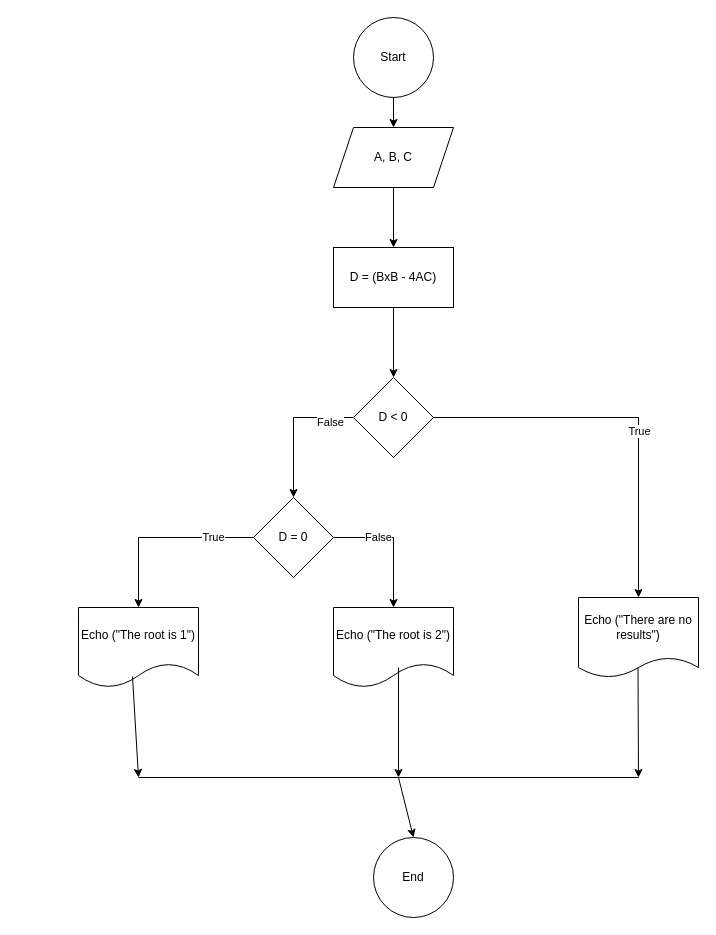
Before: 5 Quadratic equation.drawio in uthmanigbin/university-work, a draw.io diagram. Source tidied: cells renumbered, new cells numbered last; positions are measured from the earlier drawing's top-left corner, leaving out a move shared by most shapes. Both pictures are drawn from the tidied source at 100%, with x=0, y=0 at pixel (78, 17).
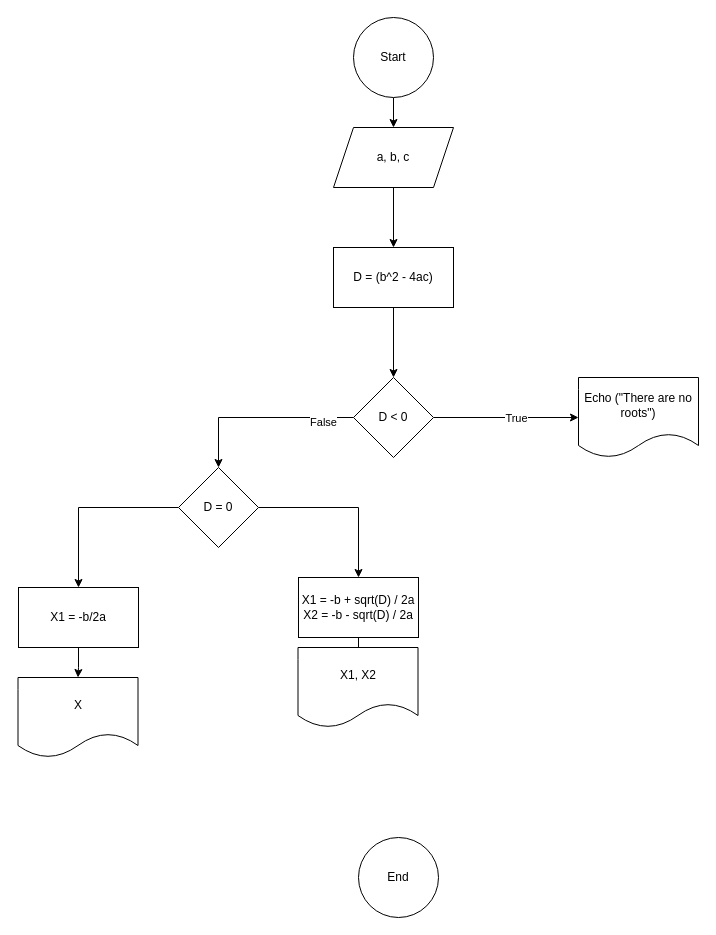
Above is the later version.

The change refers to these unchanged cells:
```xml
<mxCell id="11" value="D &amp;lt; 0" style="rhombus;whiteSpace=wrap;html=1;" parent="1" vertex="1">
  <mxGeometry x="275" y="360" width="80" height="80" as="geometry" />
</mxCell>
```

Change to the diagram source:
```diff
@@
-    <mxCell id="4" value="A, B, C" style="shape=parallelogram;perimeter=parallelogramPerimeter;whiteSpace=wrap;html=1;fixedSize=1;" parent="1" vertex="1">
+    <mxCell id="4" value="a, b, c" style="shape=parallelogram;perimeter=parallelogramPerimeter;whiteSpace=wrap;html=1;fixedSize=1;" parent="1" vertex="1">
       <mxGeometry x="255" y="110" width="120" height="60" as="geometry" />
     </mxCell>
@@
-    <mxCell id="6" value="D = (BxB - 4AC)" style="rounded=0;whiteSpace=wrap;html=1;" parent="1" vertex="1">
+    <mxCell id="6" value="D = (b^2 - 4ac)" style="rounded=0;whiteSpace=wrap;html=1;" parent="1" vertex="1">
       <mxGeometry x="255" y="230" width="120" height="60" as="geometry" />
     </mxCell>
-    <mxCell id="7" style="edgeStyle=orthogonalEdgeStyle;rounded=0;jettySize=auto;html=1;entryX=0.5;entryY=0;entryDx=0;entryDy=0;" parent="1" edge="1" source="11" target="13">
+    <mxCell id="7" style="edgeStyle=orthogonalEdgeStyle;rounded=0;jettySize=auto;html=1;" parent="1" edge="1" source="11" target="27">
       <mxGeometry relative="1" as="geometry">
         <Array as="points">
           <mxPoint x="560" y="400" />
         </Array>
       </mxGeometry>
     </mxCell>
@@
-    <mxCell id="13" value="Echo (&quot;There are no results&quot;)" style="shape=document;whiteSpace=wrap;html=1;boundedLbl=1;size=0.25;" parent="1" vertex="1">
-      <mxGeometry x="500" y="580" width="120" height="80" as="geometry" />
-    </mxCell>
-    <mxCell id="14" value="Echo (&quot;The root is 1&quot;)" style="shape=document;whiteSpace=wrap;html=1;boundedLbl=1;" parent="1" vertex="1">
-      <mxGeometry y="590" width="120" height="80" as="geometry" />
-    </mxCell>
-    <mxCell id="15" style="edgeStyle=orthogonalEdgeStyle;rounded=0;jettySize=auto;html=1;exitX=0;exitY=0.5;exitDx=0;exitDy=0;entryX=0.5;entryY=0;entryDx=0;entryDy=0;" parent="1" edge="1" source="19" target="14">
-      <mxGeometry relative="1" as="geometry" />
-    </mxCell>
-    <mxCell id="16" value="True" style="edgeLabel;html=1;align=center;verticalAlign=middle;" parent="15" vertex="1">
-      <mxGeometry x="-0.56" y="-1" relative="1" as="geometry" />
-    </mxCell>
-    <mxCell id="17" style="edgeStyle=orthogonalEdgeStyle;rounded=0;jettySize=auto;html=1;exitX=1;exitY=0.5;exitDx=0;exitDy=0;entryX=0.5;entryY=0;entryDx=0;entryDy=0;" parent="1" edge="1" source="19" target="20">
-      <mxGeometry relative="1" as="geometry" />
-    </mxCell>
-    <mxCell id="18" value="False" style="edgeLabel;html=1;align=center;verticalAlign=middle;" parent="17" vertex="1">
-      <mxGeometry x="-0.32" y="1" relative="1" as="geometry" />
-    </mxCell>
+    <mxCell id="21" value="End" style="ellipse;whiteSpace=wrap;html=1;" parent="1" vertex="1">
+      <mxGeometry x="280" y="820" width="80" height="80" as="geometry" />
+    </mxCell>
+    <mxCell id="27" value="Echo (&quot;There are no roots&quot;)" style="shape=document;whiteSpace=wrap;html=1;boundedLbl=1;" parent="1" vertex="1">
+      <mxGeometry x="500" y="360" width="120" height="80" as="geometry" />
+    </mxCell>
+    <mxCell id="28" style="edgeStyle=orthogonalEdgeStyle;rounded=0;jettySize=auto;html=1;exitX=0;exitY=0.5;exitDx=0;exitDy=0;" parent="1" edge="1" source="19" target="31">
+      <mxGeometry relative="1" as="geometry" />
+    </mxCell>
+    <mxCell id="29" style="edgeStyle=orthogonalEdgeStyle;rounded=0;jettySize=auto;html=1;exitX=1;exitY=0.5;exitDx=0;exitDy=0;" parent="1" edge="1" source="19" target="34">
+      <mxGeometry relative="1" as="geometry" />
+    </mxCell>
     <mxCell id="19" value="D = 0" style="rhombus;whiteSpace=wrap;html=1;" parent="1" vertex="1">
-      <mxGeometry x="175" y="480" width="80" height="80" as="geometry" />
+      <mxGeometry x="100" y="450" width="80" height="80" as="geometry" />
     </mxCell>
-    <mxCell id="20" value="Echo (&quot;The root is 2&quot;)" style="shape=document;whiteSpace=wrap;html=1;boundedLbl=1;" parent="1" vertex="1">
-      <mxGeometry x="255" y="590" width="120" height="80" as="geometry" />
-    </mxCell>
-    <mxCell id="21" value="End" style="ellipse;whiteSpace=wrap;html=1;" parent="1" vertex="1">
-      <mxGeometry x="295" y="820" width="80" height="80" as="geometry" />
-    </mxCell>
-    <mxCell id="22" style="endArrow=classic;html=1;rounded=0;exitX=0.45;exitY=0.863;exitDx=0;exitDy=0;exitPerimeter=0;" parent="1" edge="1" source="14">
-      <mxGeometry relative="1" as="geometry">
-        <mxPoint x="60" y="760" as="targetPoint" />
-      </mxGeometry>
-    </mxCell>
-    <mxCell id="23" style="endArrow=classic;html=1;rounded=0;exitX=0.45;exitY=0.863;exitDx=0;exitDy=0;exitPerimeter=0;" parent="1" edge="1">
-      <mxGeometry relative="1" as="geometry">
-        <mxPoint x="320" y="650" as="sourcePoint" />
-        <mxPoint x="320" y="760" as="targetPoint" />
-      </mxGeometry>
-    </mxCell>
-    <mxCell id="24" style="endArrow=classic;html=1;rounded=0;exitX=0.45;exitY=0.863;exitDx=0;exitDy=0;exitPerimeter=0;" parent="1" edge="1">
-      <mxGeometry relative="1" as="geometry">
-        <mxPoint x="559.5" y="650" as="sourcePoint" />
-        <mxPoint x="560" y="760" as="targetPoint" />
-      </mxGeometry>
-    </mxCell>
-    <mxCell id="25" style="endArrow=none;html=1;rounded=0;" parent="1" edge="1">
-      <mxGeometry relative="1" as="geometry">
-        <mxPoint x="60" y="760" as="sourcePoint" />
-        <mxPoint x="560" y="760" as="targetPoint" />
-      </mxGeometry>
-    </mxCell>
-    <mxCell id="26" style="endArrow=classic;html=1;rounded=0;entryX=0.5;entryY=0;entryDx=0;entryDy=0;" parent="1" edge="1" target="21">
-      <mxGeometry relative="1" as="geometry">
-        <mxPoint x="320" y="760" as="sourcePoint" />
-      </mxGeometry>
-    </mxCell>
+    <mxCell id="30" style="edgeStyle=orthogonalEdgeStyle;rounded=0;jettySize=auto;html=1;exitX=0.5;exitY=1;exitDx=0;exitDy=0;" parent="1" edge="1" source="31" target="32">
+      <mxGeometry relative="1" as="geometry" />
+    </mxCell>
+    <mxCell id="31" value="X1 = -b/2a" style="rounded=0;whiteSpace=wrap;html=1;" parent="1" vertex="1">
+      <mxGeometry x="-60" y="570" width="120" height="60" as="geometry" />
+    </mxCell>
+    <mxCell id="32" value="X" style="shape=document;whiteSpace=wrap;html=1;boundedLbl=1;" parent="1" vertex="1">
+      <mxGeometry x="-60.5" y="660" width="120" height="80" as="geometry" />
+    </mxCell>
+    <mxCell id="33" style="edgeStyle=orthogonalEdgeStyle;rounded=0;jettySize=auto;html=1;exitX=0.5;exitY=1;exitDx=0;exitDy=0;" parent="1" edge="1" source="34" target="35">
+      <mxGeometry relative="1" as="geometry" />
+    </mxCell>
+    <mxCell id="34" value="&lt;div&gt;X1 = -b + sqrt(D) / 2a&lt;/div&gt;&lt;div&gt;X2 = -b - sqrt(D) / 2a&lt;br&gt;&lt;/div&gt;" style="rounded=0;whiteSpace=wrap;html=1;" parent="1" vertex="1">
+      <mxGeometry x="220" y="560" width="120" height="60" as="geometry" />
+    </mxCell>
+    <mxCell id="35" value="X1, X2" style="shape=document;whiteSpace=wrap;html=1;boundedLbl=1;" parent="1" vertex="1">
+      <mxGeometry x="219.5" y="630" width="120" height="80" as="geometry" />
+    </mxCell>
```
